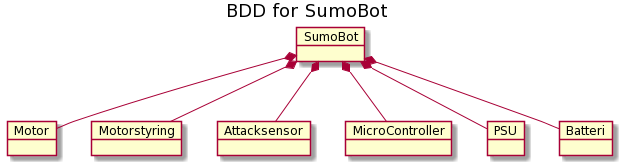
This is Diagrammer/SumoBot/SumoBot_Bdd/SumoBot_Bdd.png from Solvgraa-mager/E3PRJ3, a PlantUML export, as it was before one commit.
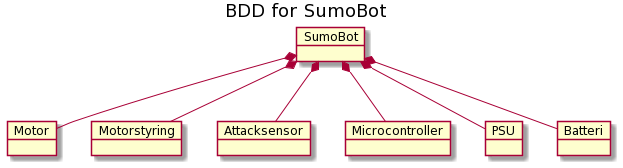
Later version of the same file.

Change to the diagram source:
```diff
@@ -7,7 +7,7 @@
 object "Motor" as Motor
 object "Motorstyring" as Motorstyring
 object "Attacksensor" as attacksensor
-object "MicroController" as MC
+object "Microcontroller" as MC
 object "PSU" as PSU
 object "Batteri" as Batteri
 
```
